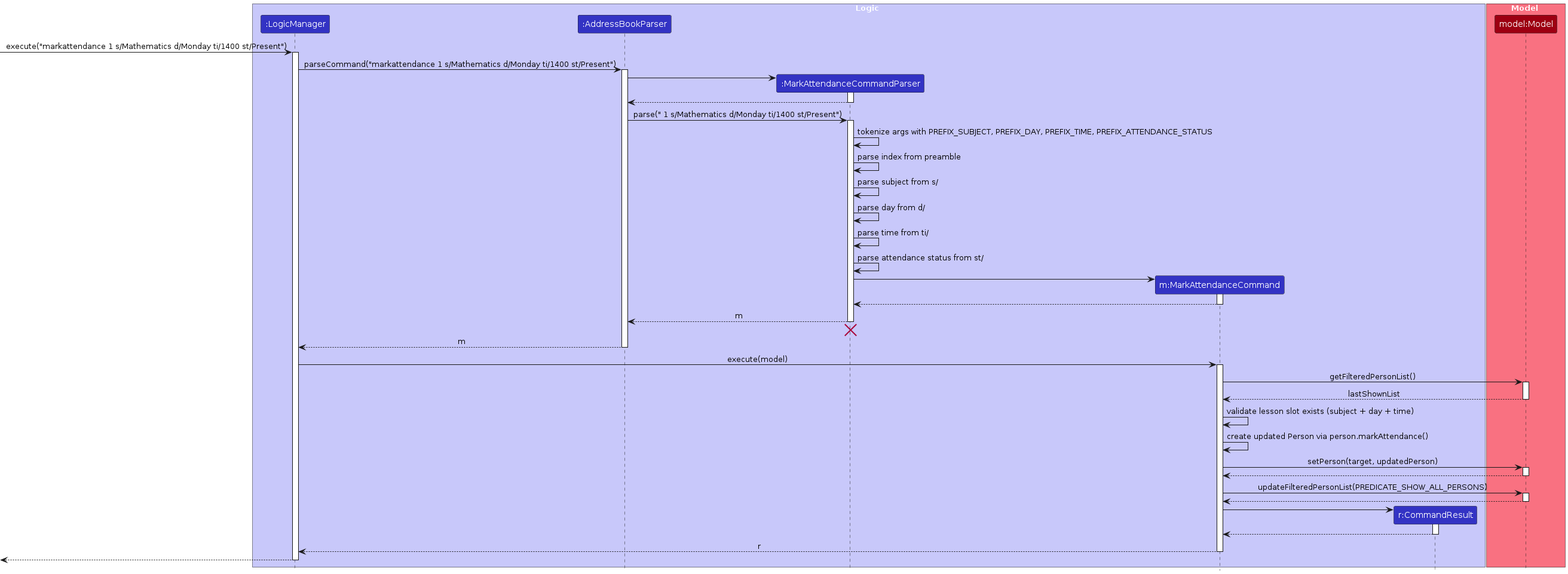
Earlier version of the PlantUML export diagrams/MarkAttendanceSequenceDiagram.png (AY2526S2-CS2103T-T09-2/tp). Its source is kept beside it as diagrams/MarkAttendanceSequenceDiagram.puml.
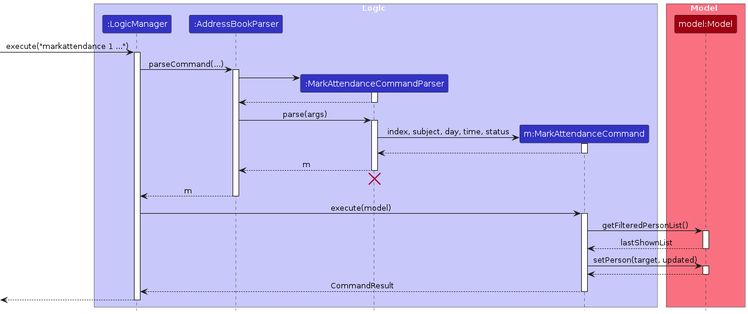
Above is the later version.

Change to the diagram source:
```diff
@@ -5,82 +5,58 @@
 box Logic LOGIC_COLOR_T1
 participant ":LogicManager" as LogicManager LOGIC_COLOR
 participant ":AddressBookParser" as AddressBookParser LOGIC_COLOR
-participant ":MarkAttendanceCommandParser" as MarkAttendanceCommandParser LOGIC_COLOR
-participant "m:MarkAttendanceCommand" as MarkAttendanceCommand LOGIC_COLOR
-participant "r:CommandResult" as CommandResult LOGIC_COLOR
+participant ":MarkAttendanceCommandParser" as Parser LOGIC_COLOR
+participant "m:MarkAttendanceCommand" as Command LOGIC_COLOR
 end box
 
 box Model MODEL_COLOR_T1
 participant "model:Model" as Model MODEL_COLOR
 end box
 
-[-> LogicManager : execute("markattendance 1 s/Mathematics d/Monday ti/1400 st/Present")
+[-> LogicManager : execute("markattendance 1 ...")
 activate LogicManager
 
-LogicManager -> AddressBookParser : parseCommand("markattendance 1 s/Mathematics d/Monday ti/1400 st/Present")
+LogicManager -> AddressBookParser : parseCommand(...)
 activate AddressBookParser
 
-create MarkAttendanceCommandParser
-AddressBookParser -> MarkAttendanceCommandParser
-activate MarkAttendanceCommandParser
+create Parser
+AddressBookParser -> Parser
+activate Parser
+Parser --> AddressBookParser
+deactivate Parser
 
-MarkAttendanceCommandParser --> AddressBookParser
-deactivate MarkAttendanceCommandParser
+AddressBookParser -> Parser : parse(args)
+activate Parser
 
-AddressBookParser -> MarkAttendanceCommandParser : parse(" 1 s/Mathematics d/Monday ti/1400 st/Present")
-activate MarkAttendanceCommandParser
+create Command
+Parser -> Command : index, subject, day, time, status
+activate Command
+Command --> Parser
+deactivate Command
 
-MarkAttendanceCommandParser -> MarkAttendanceCommandParser : tokenize args with PREFIX_SUBJECT, PREFIX_DAY, PREFIX_TIME, PREFIX_ATTENDANCE_STATUS
-MarkAttendanceCommandParser -> MarkAttendanceCommandParser : parse index from preamble
-MarkAttendanceCommandParser -> MarkAttendanceCommandParser : parse subject from s/
-MarkAttendanceCommandParser -> MarkAttendanceCommandParser : parse day from d/
-MarkAttendanceCommandParser -> MarkAttendanceCommandParser : parse time from ti/
-MarkAttendanceCommandParser -> MarkAttendanceCommandParser : parse attendance status from st/
-
-create MarkAttendanceCommand
-MarkAttendanceCommandParser -> MarkAttendanceCommand
-activate MarkAttendanceCommand
-
-MarkAttendanceCommand --> MarkAttendanceCommandParser
-deactivate MarkAttendanceCommand
-
-MarkAttendanceCommandParser --> AddressBookParser : m
-deactivate MarkAttendanceCommandParser
-MarkAttendanceCommandParser -[hidden]-> AddressBookParser
-destroy MarkAttendanceCommandParser
+Parser --> AddressBookParser : m
+deactivate Parser
+Parser -[hidden]-> AddressBookParser
+destroy Parser
 
 AddressBookParser --> LogicManager : m
 deactivate AddressBookParser
 
-LogicManager -> MarkAttendanceCommand : execute(model)
-activate MarkAttendanceCommand
+LogicManager -> Command : execute(model)
+activate Command
 
-MarkAttendanceCommand -> Model : getFilteredPersonList()
+Command -> Model : getFilteredPersonList()
 activate Model
-Model --> MarkAttendanceCommand : lastShownList
+Model --> Command : lastShownList
 deactivate Model
 
-MarkAttendanceCommand -> MarkAttendanceCommand : validate lesson slot exists (subject + day + time)
-MarkAttendanceCommand -> MarkAttendanceCommand : create updated Person via person.markAttendance()
-MarkAttendanceCommand -> Model : setPerson(target, updatedPerson)
+Command -> Model : setPerson(target, updated)
 activate Model
-Model --> MarkAttendanceCommand
+Model --> Command
 deactivate Model
 
-MarkAttendanceCommand -> Model : updateFilteredPersonList(PREDICATE_SHOW_ALL_PERSONS)
-activate Model
-Model --> MarkAttendanceCommand
-deactivate Model
-
-create CommandResult
-MarkAttendanceCommand -> CommandResult
-activate CommandResult
-
-CommandResult --> MarkAttendanceCommand
-deactivate CommandResult
-
-MarkAttendanceCommand --> LogicManager : r
-deactivate MarkAttendanceCommand
+Command --> LogicManager : CommandResult
+deactivate Command
 
 [<--LogicManager
 deactivate LogicManager
```
